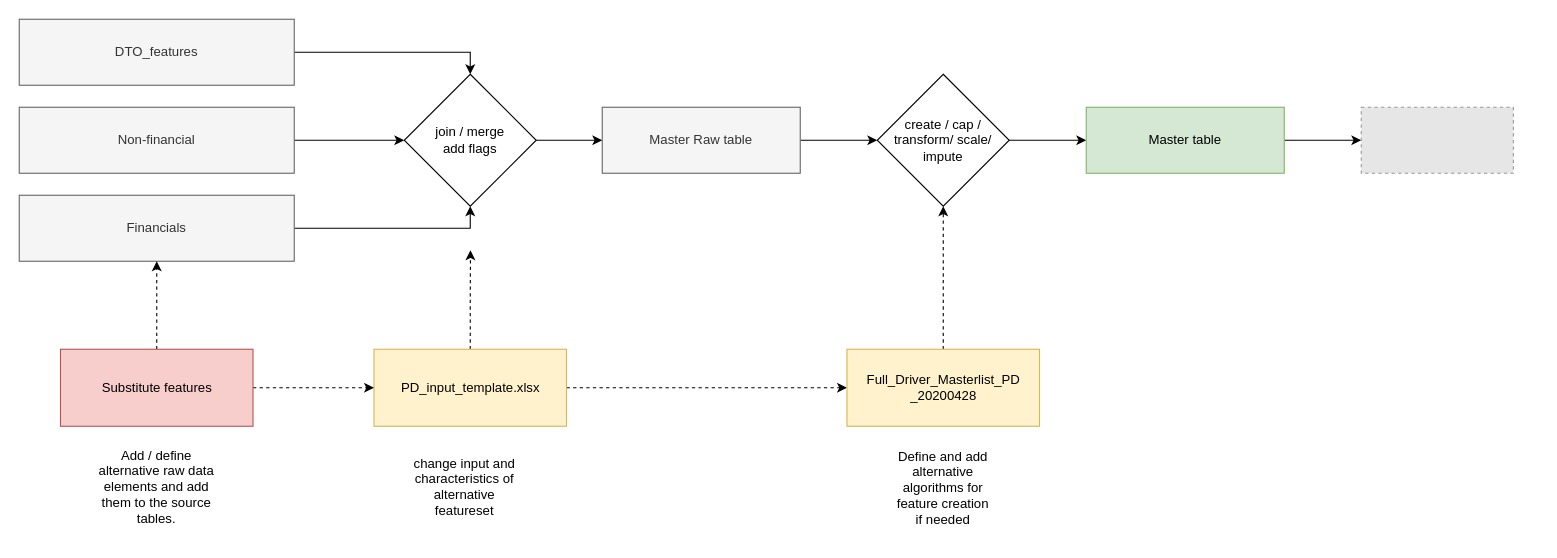
This is capital_feasibility_flow.drawio from mhux2000/100-pandas-puzzles, a draw.io file, before an edit. Source tidied: cells renumbered, new cells numbered last; positions are measured from the earlier drawing's top-left corner, leaving out a move shared by most shapes. Both pictures are drawn from the tidied source at 110%, with x=0, y=0 at pixel (19, 19). Pictures stored in the file or linked from it are replaced by grey dashed boxes.
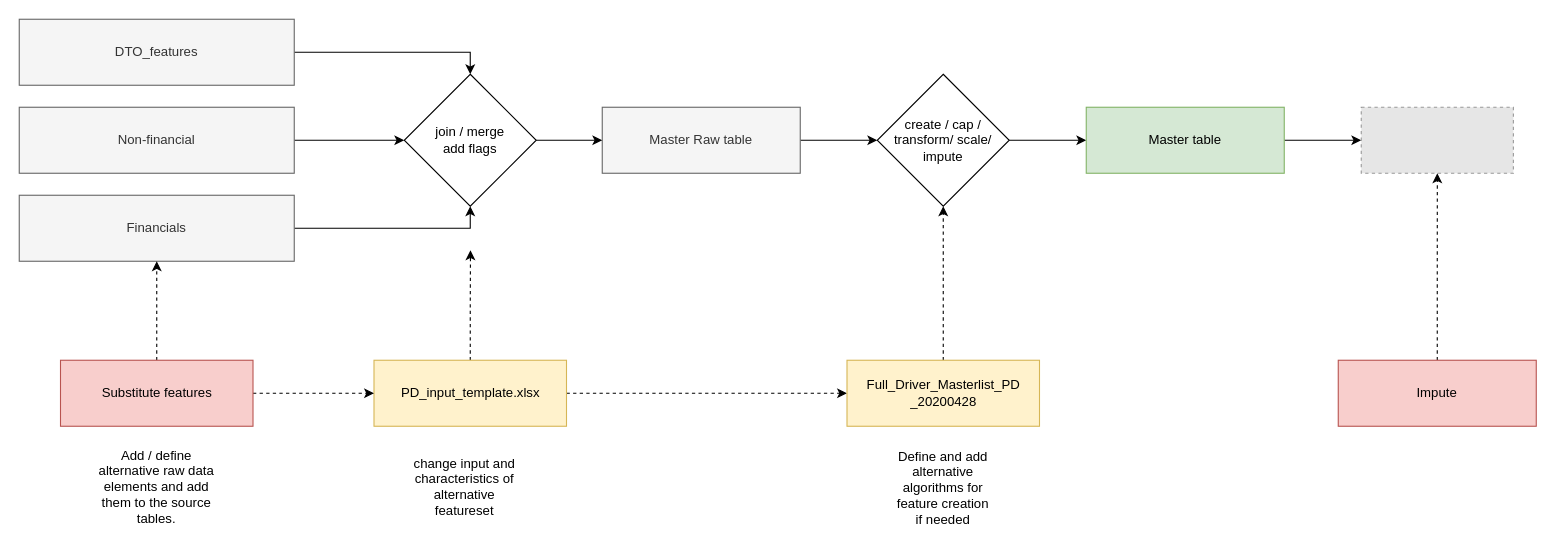
Above is the later version.

Unchanged cells that the change refers to:
```xml
<mxCell id="26" style="fillColor=#E6E6E6;strokeColor=#999999;dashed=1;verticalLabelPosition=bottom;labelBackgroundColor=#ffffff;verticalAlign=top;" parent="1" vertex="1">
  <mxGeometry x="1220" y="80" width="138.3" height="60" as="geometry" />
</mxCell>
```

What changed in the source:
```diff
@@
     <mxCell id="14" value="PD_input_template.xlsx" style="rounded=0;whiteSpace=wrap;html=1;fillColor=#fff2cc;strokeColor=#d6b656;" parent="1" vertex="1">
-      <mxGeometry x="322.5" y="300" width="175" height="70" as="geometry" />
+      <mxGeometry x="322.5" y="310" width="175" height="60" as="geometry" />
     </mxCell>
@@
     <mxCell id="17" value="Substitute features" style="rounded=0;whiteSpace=wrap;html=1;fillColor=#f8cecc;strokeColor=#b85450;" parent="1" vertex="1">
-      <mxGeometry x="37.5" y="300" width="175" height="70" as="geometry" />
+      <mxGeometry x="37.5" y="310" width="175" height="60" as="geometry" />
     </mxCell>
@@
     <mxCell id="19" value="Full_Driver_Masterlist_PD&lt;br&gt;_20200428" style="rounded=0;whiteSpace=wrap;html=1;fillColor=#fff2cc;strokeColor=#d6b656;" parent="1" vertex="1">
-      <mxGeometry x="752.5" y="300" width="175" height="70" as="geometry" />
+      <mxGeometry x="752.5" y="310" width="175" height="60" as="geometry" />
     </mxCell>
@@
+    <mxCell id="28" style="edgeStyle=orthogonalEdgeStyle;rounded=0;jettySize=auto;html=1;exitX=0.5;exitY=0;exitDx=0;exitDy=0;entryX=0.5;entryY=1;entryDx=0;entryDy=0;dashed=1;" parent="1" edge="1" source="29" target="26">
+      <mxGeometry relative="1" as="geometry" />
+    </mxCell>
+    <mxCell id="29" value="Impute" style="rounded=0;whiteSpace=wrap;html=1;fillColor=#f8cecc;strokeColor=#b85450;" parent="1" vertex="1">
+      <mxGeometry x="1199.1" y="310" width="180" height="60" as="geometry" />
+    </mxCell>
```
